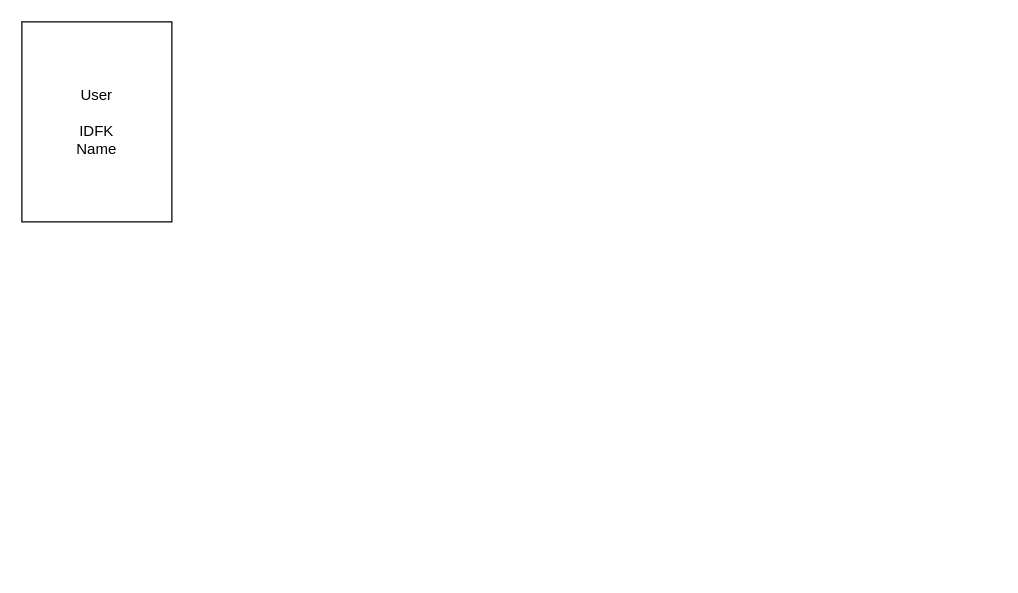
Earlier version of the draw.io diagram ER_book_share.drawio (muneyuki-takayama/book_share). Source tidied: cells renumbered, new cells numbered last; positions are measured from the earlier drawing's top-left corner, leaving out a move shared by most shapes. Both pictures are drawn from the tidied source at 125%, with x=0, y=0 at pixel (21, 21).
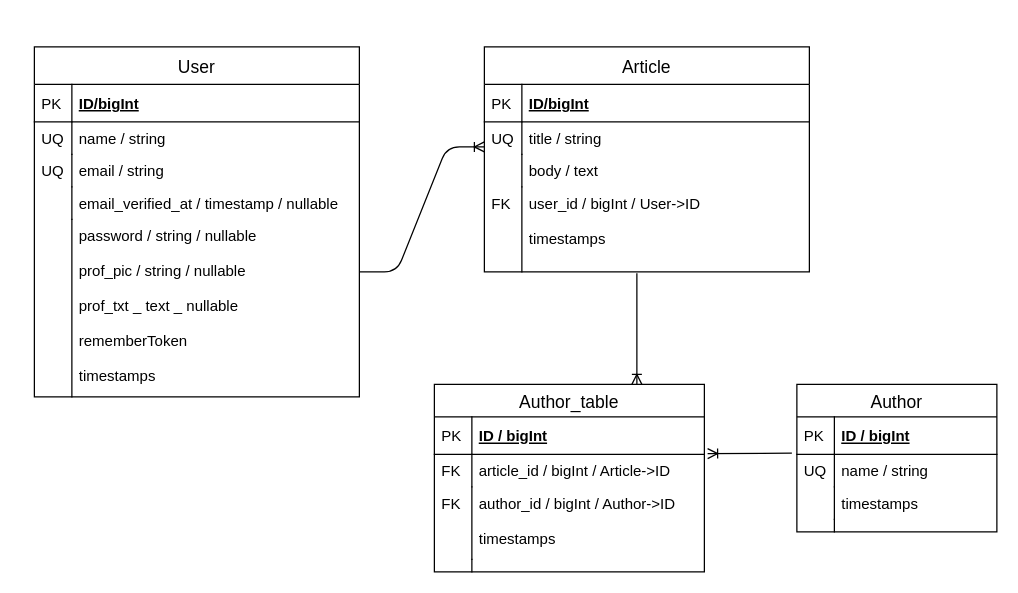
The same diagram, later.

Commit message:
ER図作成完了

Change to the diagram source:
```diff
@@
-    <mxCell id="2" value="User&lt;br&gt;&lt;br&gt;IDFK&lt;br&gt;Name" style="rounded=0;whiteSpace=wrap;html=1;" parent="1" vertex="1">
-      <mxGeometry width="120" height="160" as="geometry" />
-    </mxCell>
+    <mxCell id="3" value="User" style="swimlane;fontStyle=0;horizontal=1;startSize=30;align=center;fontSize=14;" parent="1" vertex="1">
+      <mxGeometry x="10" y="20" width="260" height="280" as="geometry" />
+    </mxCell>
+    <mxCell id="4" value="ID/bigInt" style="shape=partialRectangle;top=0;left=0;right=0;bottom=1;align=left;verticalAlign=middle;fillColor=none;spacingLeft=34;spacingRight=4;overflow=hidden;fontStyle=5;fontSize=12;" parent="3" vertex="1">
+      <mxGeometry y="30" width="260" height="30" as="geometry" />
+    </mxCell>
+    <mxCell id="5" value="PK" style="shape=partialRectangle;top=0;left=0;bottom=0;fillColor=none;align=left;verticalAlign=middle;spacingLeft=4;spacingRight=4;overflow=hidden;fontSize=12;" parent="4" vertex="1">
+      <mxGeometry width="30" height="30" as="geometry" />
+    </mxCell>
+    <mxCell id="6" value="name / string" style="shape=partialRectangle;top=0;left=0;right=0;bottom=0;align=left;verticalAlign=top;fillColor=none;spacingLeft=34;spacingRight=4;overflow=hidden;fontSize=12;" parent="3" vertex="1">
+      <mxGeometry y="60" width="260" height="26" as="geometry" />
+    </mxCell>
+    <mxCell id="7" value="UQ" style="shape=partialRectangle;top=0;left=0;bottom=0;fillColor=none;align=left;verticalAlign=top;spacingLeft=4;spacingRight=4;overflow=hidden;fontSize=12;" parent="6" vertex="1">
+      <mxGeometry width="30" height="26" as="geometry" />
+    </mxCell>
+    <mxCell id="8" value="email / string" style="shape=partialRectangle;top=0;left=0;right=0;bottom=0;align=left;verticalAlign=top;fillColor=none;spacingLeft=34;spacingRight=4;overflow=hidden;fontSize=12;" parent="3" vertex="1">
+      <mxGeometry y="86" width="260" height="26" as="geometry" />
+    </mxCell>
+    <mxCell id="9" value="UQ" style="shape=partialRectangle;top=0;left=0;bottom=0;fillColor=none;align=left;verticalAlign=top;spacingLeft=4;spacingRight=4;overflow=hidden;fontSize=12;" parent="8" vertex="1">
+      <mxGeometry width="30" height="26" as="geometry" />
+    </mxCell>
+    <mxCell id="10" value="email_verified_at / timestamp / nullable" style="shape=partialRectangle;top=0;left=0;right=0;bottom=0;align=left;verticalAlign=top;fillColor=none;spacingLeft=34;spacingRight=4;overflow=hidden;fontSize=12;" parent="3" vertex="1">
+      <mxGeometry y="112" width="260" height="26" as="geometry" />
+    </mxCell>
+    <mxCell id="11" style="shape=partialRectangle;top=0;left=0;bottom=0;fillColor=none;align=left;verticalAlign=top;spacingLeft=4;spacingRight=4;overflow=hidden;fontSize=12;" parent="10" vertex="1">
+      <mxGeometry width="30" height="26" as="geometry" />
+    </mxCell>
+    <mxCell id="12" value="password / string / nullable&#10;&#10;prof_pic / string / nullable&#10;&#10;prof_txt _ text _ nullable&#10;&#10;rememberToken&#10;&#10;timestamps" style="shape=partialRectangle;top=0;left=0;right=0;bottom=0;align=left;verticalAlign=top;fillColor=none;spacingLeft=34;spacingRight=4;overflow=hidden;fontSize=12;" parent="3" vertex="1">
+      <mxGeometry y="138" width="260" height="142" as="geometry" />
+    </mxCell>
+    <mxCell id="13" style="shape=partialRectangle;top=0;left=0;bottom=0;fillColor=none;align=left;verticalAlign=top;spacingLeft=4;spacingRight=4;overflow=hidden;fontSize=12;" parent="12" vertex="1">
+      <mxGeometry width="30" height="142" as="geometry" />
+    </mxCell>
+    <mxCell id="14" value="Article" style="swimlane;fontStyle=0;horizontal=1;startSize=30;align=center;fontSize=14;" parent="1" vertex="1">
+      <mxGeometry x="370" y="20" width="260" height="180" as="geometry" />
+    </mxCell>
+    <mxCell id="15" value="ID/bigInt" style="shape=partialRectangle;top=0;left=0;right=0;bottom=1;align=left;verticalAlign=middle;fillColor=none;spacingLeft=34;spacingRight=4;overflow=hidden;fontStyle=5;fontSize=12;" parent="14" vertex="1">
+      <mxGeometry y="30" width="260" height="30" as="geometry" />
+    </mxCell>
+    <mxCell id="16" value="PK" style="shape=partialRectangle;top=0;left=0;bottom=0;fillColor=none;align=left;verticalAlign=middle;spacingLeft=4;spacingRight=4;overflow=hidden;fontSize=12;" parent="15" vertex="1">
+      <mxGeometry width="30" height="30" as="geometry" />
+    </mxCell>
+    <mxCell id="17" value="title / string" style="shape=partialRectangle;top=0;left=0;right=0;bottom=0;align=left;verticalAlign=top;fillColor=none;spacingLeft=34;spacingRight=4;overflow=hidden;fontSize=12;" parent="14" vertex="1">
+      <mxGeometry y="60" width="260" height="26" as="geometry" />
+    </mxCell>
+    <mxCell id="18" value="UQ" style="shape=partialRectangle;top=0;left=0;bottom=0;fillColor=none;align=left;verticalAlign=top;spacingLeft=4;spacingRight=4;overflow=hidden;fontSize=12;" parent="17" vertex="1">
+      <mxGeometry width="30" height="26" as="geometry" />
+    </mxCell>
+    <mxCell id="19" value="body / text" style="shape=partialRectangle;top=0;left=0;right=0;bottom=0;align=left;verticalAlign=top;fillColor=none;spacingLeft=34;spacingRight=4;overflow=hidden;fontSize=12;" parent="14" vertex="1">
+      <mxGeometry y="86" width="260" height="26" as="geometry" />
+    </mxCell>
+    <mxCell id="20" style="shape=partialRectangle;top=0;left=0;bottom=0;fillColor=none;align=left;verticalAlign=top;spacingLeft=4;spacingRight=4;overflow=hidden;fontSize=12;" parent="19" vertex="1">
+      <mxGeometry width="30" height="26" as="geometry" />
+    </mxCell>
+    <mxCell id="21" value="user_id / bigInt / User-&gt;ID&#10;&#10;timestamps&#10;&#10;" style="shape=partialRectangle;top=0;left=0;right=0;bottom=0;align=left;verticalAlign=top;fillColor=none;spacingLeft=34;spacingRight=4;overflow=hidden;fontSize=12;" parent="14" vertex="1">
+      <mxGeometry y="112" width="260" height="68" as="geometry" />
+    </mxCell>
+    <mxCell id="22" value="FK" style="shape=partialRectangle;top=0;left=0;bottom=0;fillColor=none;align=left;verticalAlign=top;spacingLeft=4;spacingRight=4;overflow=hidden;fontSize=12;" parent="21" vertex="1">
+      <mxGeometry width="30" height="68" as="geometry" />
+    </mxCell>
+    <mxCell id="23" style="edgeStyle=entityRelationEdgeStyle;fontSize=12;html=1;endArrow=ERoneToMany;" parent="1" edge="1">
+      <mxGeometry relative="1" as="geometry">
+        <mxPoint x="270" y="200" as="sourcePoint" />
+        <mxPoint x="370" y="100" as="targetPoint" />
+      </mxGeometry>
+    </mxCell>
+    <mxCell id="24" value="Author" style="swimlane;fontStyle=0;horizontal=1;startSize=26;align=center;fontSize=14;" parent="1" vertex="1">
+      <mxGeometry x="620" y="290" width="160" height="118" as="geometry" />
+    </mxCell>
+    <mxCell id="25" value="ID / bigInt" style="shape=partialRectangle;top=0;left=0;right=0;bottom=1;align=left;verticalAlign=middle;fillColor=none;spacingLeft=34;spacingRight=4;overflow=hidden;fontStyle=5;fontSize=12;" parent="24" vertex="1">
+      <mxGeometry y="26" width="160" height="30" as="geometry" />
+    </mxCell>
+    <mxCell id="26" value="PK" style="shape=partialRectangle;top=0;left=0;bottom=0;fillColor=none;align=left;verticalAlign=middle;spacingLeft=4;spacingRight=4;overflow=hidden;fontSize=12;" parent="25" vertex="1">
+      <mxGeometry width="30" height="30" as="geometry" />
+    </mxCell>
+    <mxCell id="27" value="name / string" style="shape=partialRectangle;top=0;left=0;right=0;bottom=0;align=left;verticalAlign=top;fillColor=none;spacingLeft=34;spacingRight=4;overflow=hidden;fontSize=12;" parent="24" vertex="1">
+      <mxGeometry y="56" width="160" height="26" as="geometry" />
+    </mxCell>
+    <mxCell id="28" value="UQ" style="shape=partialRectangle;top=0;left=0;bottom=0;fillColor=none;align=left;verticalAlign=top;spacingLeft=4;spacingRight=4;overflow=hidden;fontSize=12;" parent="27" vertex="1">
+      <mxGeometry width="30" height="26" as="geometry" />
+    </mxCell>
+    <mxCell id="29" value="timestamps" style="shape=partialRectangle;top=0;left=0;right=0;bottom=0;align=left;verticalAlign=top;fillColor=none;spacingLeft=34;spacingRight=4;overflow=hidden;fontSize=12;" parent="24" vertex="1">
+      <mxGeometry y="82" width="160" height="26" as="geometry" />
+    </mxCell>
+    <mxCell id="30" style="shape=partialRectangle;top=0;left=0;bottom=0;fillColor=none;align=left;verticalAlign=top;spacingLeft=4;spacingRight=4;overflow=hidden;fontSize=12;" parent="29" vertex="1">
+      <mxGeometry width="30" height="26" as="geometry" />
+    </mxCell>
+    <mxCell id="31" style="shape=partialRectangle;top=0;left=0;right=0;bottom=0;align=left;verticalAlign=top;fillColor=none;spacingLeft=34;spacingRight=4;overflow=hidden;fontSize=12;" parent="24" vertex="1">
+      <mxGeometry y="108" width="160" height="10" as="geometry" />
+    </mxCell>
+    <mxCell id="32" style="shape=partialRectangle;top=0;left=0;bottom=0;fillColor=none;align=left;verticalAlign=top;spacingLeft=4;spacingRight=4;overflow=hidden;fontSize=12;" parent="31" vertex="1">
+      <mxGeometry width="30" height="10" as="geometry" />
+    </mxCell>
+    <mxCell id="33" value="Author_table" style="swimlane;fontStyle=0;horizontal=1;startSize=26;align=center;fontSize=14;" parent="1" vertex="1">
+      <mxGeometry x="330" y="290" width="216" height="150" as="geometry" />
+    </mxCell>
+    <mxCell id="34" value="ID / bigInt" style="shape=partialRectangle;top=0;left=0;right=0;bottom=1;align=left;verticalAlign=middle;fillColor=none;spacingLeft=34;spacingRight=4;overflow=hidden;fontStyle=5;fontSize=12;" parent="33" vertex="1">
+      <mxGeometry y="26" width="216" height="30" as="geometry" />
+    </mxCell>
+    <mxCell id="35" value="PK" style="shape=partialRectangle;top=0;left=0;bottom=0;fillColor=none;align=left;verticalAlign=middle;spacingLeft=4;spacingRight=4;overflow=hidden;fontSize=12;" parent="34" vertex="1">
+      <mxGeometry width="30" height="30" as="geometry" />
+    </mxCell>
+    <mxCell id="36" value="article_id / bigInt / Article-&gt;ID" style="shape=partialRectangle;top=0;left=0;right=0;bottom=0;align=left;verticalAlign=top;fillColor=none;spacingLeft=34;spacingRight=4;overflow=hidden;points=[[0,0.5],[1,0.5]];portConstraint=eastwest;fontSize=12;" parent="33" vertex="1">
+      <mxGeometry y="56" width="216" height="26" as="geometry" />
+    </mxCell>
+    <mxCell id="37" value="FK" style="shape=partialRectangle;top=0;left=0;bottom=0;fillColor=none;align=left;verticalAlign=top;spacingLeft=4;spacingRight=4;overflow=hidden;fontSize=12;" parent="36" vertex="1">
+      <mxGeometry width="30" height="26" as="geometry" />
+    </mxCell>
+    <mxCell id="38" value="author_id / bigInt / Author-&gt;ID&#10;&#10;timestamps" style="shape=partialRectangle;top=0;left=0;right=0;bottom=0;align=left;verticalAlign=top;fillColor=none;spacingLeft=34;spacingRight=4;overflow=hidden;fontSize=12;" parent="33" vertex="1">
+      <mxGeometry y="82" width="216" height="58" as="geometry" />
+    </mxCell>
+    <mxCell id="39" value="FK" style="shape=partialRectangle;top=0;left=0;bottom=0;fillColor=none;align=left;verticalAlign=top;spacingLeft=4;spacingRight=4;overflow=hidden;fontSize=12;" parent="38" vertex="1">
+      <mxGeometry width="30" height="58" as="geometry" />
+    </mxCell>
+    <mxCell id="40" style="shape=partialRectangle;top=0;left=0;right=0;bottom=0;align=left;verticalAlign=top;fillColor=none;spacingLeft=34;spacingRight=4;overflow=hidden;fontSize=12;" parent="33" vertex="1">
+      <mxGeometry y="140" width="216" height="10" as="geometry" />
+    </mxCell>
+    <mxCell id="41" style="shape=partialRectangle;top=0;left=0;bottom=0;fillColor=none;align=left;verticalAlign=top;spacingLeft=4;spacingRight=4;overflow=hidden;fontSize=12;" parent="40" vertex="1">
+      <mxGeometry width="30" height="10" as="geometry" />
+    </mxCell>
+    <mxCell id="42" style="fontSize=12;html=1;endArrow=ERoneToMany;entryX=0.75;entryY=0;entryDx=0;entryDy=0;" parent="1" edge="1" target="33">
+      <mxGeometry relative="1" as="geometry">
+        <mxPoint x="492" y="201" as="sourcePoint" />
+      </mxGeometry>
+    </mxCell>
+    <mxCell id="43" style="fontSize=12;html=1;endArrow=ERoneToMany;entryX=1.012;entryY=-0.022;entryDx=0;entryDy=0;entryPerimeter=0;" parent="1" edge="1" target="36">
+      <mxGeometry relative="1" as="geometry">
+        <mxPoint x="616" y="345" as="sourcePoint" />
+      </mxGeometry>
+    </mxCell>
```
